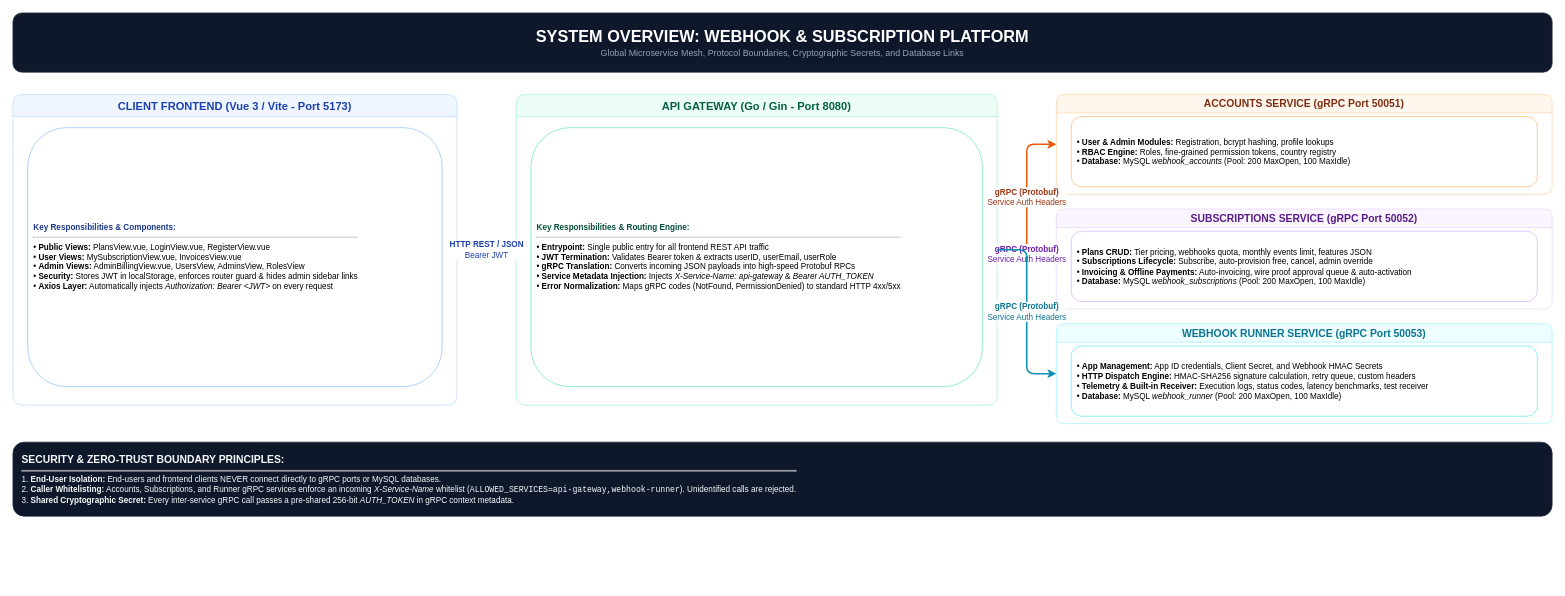
Earlier version of the draw.io diagram page "1. System Overview & Mesh" (1 of 9) of architecture_diagram.drawio (Ahmedfargh/webhook-runner). Source tidied: cells renumbered, new cells numbered last; positions are measured from the earlier drawing's top-left corner, leaving out a move shared by most shapes. Both pictures are drawn from the tidied source at 74%, with x=0, y=0 at pixel (13, 13).
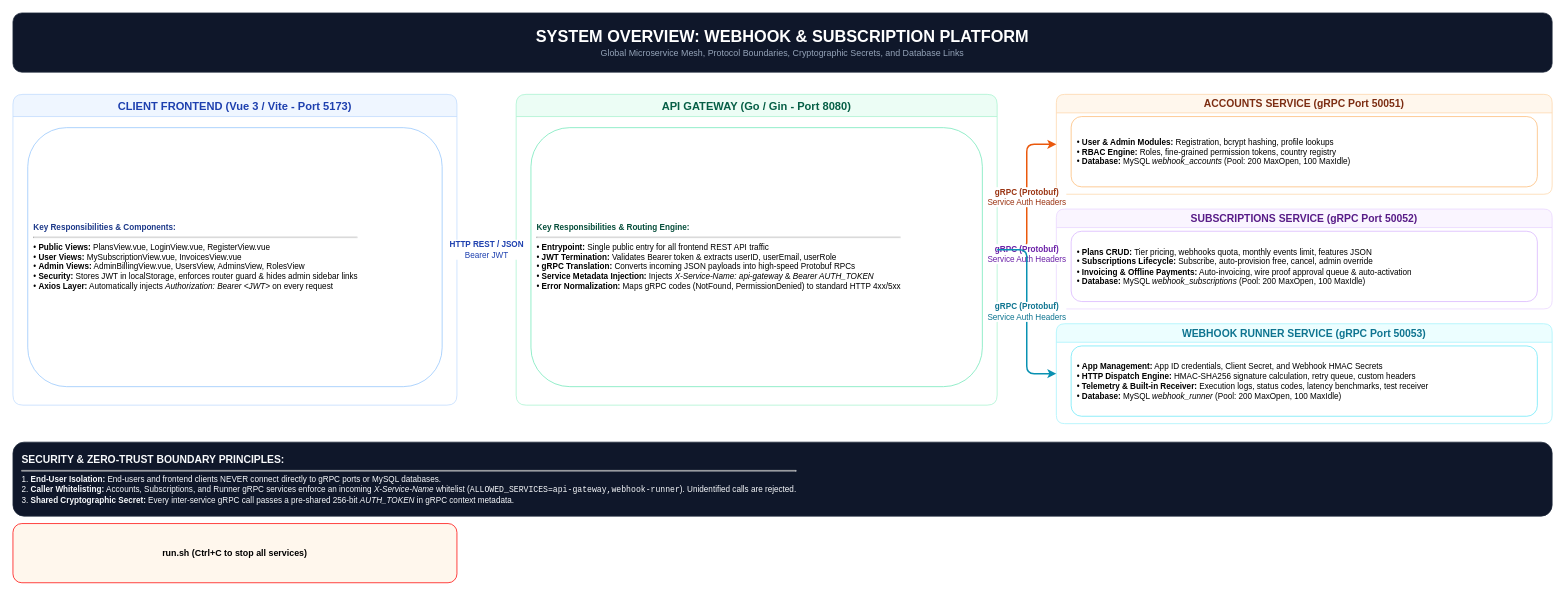
The same diagram, later.

What changed in the source:
```diff
@@
 <mxGraphModel>
   <root>
     <mxCell id="0" />
     <mxCell id="1" parent="0" />
     <mxCell id="2" value="&lt;b style='font-size:22px; color:#ffffff;'&gt;SYSTEM OVERVIEW: WEBHOOK &amp;amp; SUBSCRIPTION PLATFORM&lt;/b&gt;&lt;br/&gt;&lt;span style='font-size:12px; color:#94a3b8;'&gt;Global Microservice Mesh, Protocol Boundaries, Cryptographic Secrets, and Database Links&lt;/span&gt;" style="rounded=1;whiteSpace=wrap;html=1;fillColor=#0f172a;strokeColor=#1e293b;align=center;" parent="1" vertex="1">
       <mxGeometry width="2080" height="80" as="geometry" />
     </mxCell>
     <mxCell id="3" value="&lt;b style='font-size:15px; color:#1e40af;'&gt;CLIENT FRONTEND (Vue 3 / Vite - Port 5173)&lt;/b&gt;" style="swimlane;whiteSpace=wrap;html=1;fillColor=#eff6ff;strokeColor=#bfdbfe;rounded=1;startSize=30;" parent="1" vertex="1">
       <mxGeometry y="110" width="600" height="420" as="geometry" />
     </mxCell>
     <mxCell id="4" value="&lt;b style='color:#1e3a8a;'&gt;Key Responsibilities &amp;amp; Components:&lt;/b&gt;&lt;hr/&gt;• &lt;b&gt;Public Views:&lt;/b&gt; PlansView.vue, LoginView.vue, RegisterView.vue&lt;br/&gt;• &lt;b&gt;User Views:&lt;/b&gt; MySubscriptionView.vue, InvoicesView.vue&lt;br/&gt;• &lt;b&gt;Admin Views:&lt;/b&gt; AdminBillingView.vue, UsersView, AdminsView, RolesView&lt;br/&gt;• &lt;b&gt;Security:&lt;/b&gt; Stores JWT in localStorage, enforces router guard &amp;amp; hides admin sidebar links&lt;br/&gt;• &lt;b&gt;Axios Layer:&lt;/b&gt; Automatically injects &lt;i&gt;Authorization: Bearer &amp;lt;JWT&amp;gt;&lt;/i&gt; on every request" style="rounded=1;whiteSpace=wrap;html=1;fillColor=#ffffff;strokeColor=#93c5fd;align=left;spacing=8;fontSize=11;" parent="3" vertex="1">
       <mxGeometry x="20" y="45" width="560" height="350" as="geometry" />
     </mxCell>
     <mxCell id="5" value="&lt;b style='font-size:15px; color:#065f46;'&gt;API GATEWAY (Go / Gin - Port 8080)&lt;/b&gt;" style="swimlane;whiteSpace=wrap;html=1;fillColor=#ecfdf5;strokeColor=#a7f3d0;rounded=1;startSize=30;" parent="1" vertex="1">
       <mxGeometry x="680" y="110" width="650" height="420" as="geometry" />
     </mxCell>
     <mxCell id="6" value="&lt;b style='color:#064e3b;'&gt;Key Responsibilities &amp;amp; Routing Engine:&lt;/b&gt;&lt;hr/&gt;• &lt;b&gt;Entrypoint:&lt;/b&gt; Single public entry for all frontend REST API traffic&lt;br/&gt;• &lt;b&gt;JWT Termination:&lt;/b&gt; Validates Bearer token &amp;amp; extracts userID, userEmail, userRole&lt;br/&gt;• &lt;b&gt;gRPC Translation:&lt;/b&gt; Converts incoming JSON payloads into high-speed Protobuf RPCs&lt;br/&gt;• &lt;b&gt;Service Metadata Injection:&lt;/b&gt; Injects &lt;i&gt;X-Service-Name: api-gateway&lt;/i&gt; &amp;amp; &lt;i&gt;Bearer AUTH_TOKEN&lt;/i&gt;&lt;br/&gt;• &lt;b&gt;Error Normalization:&lt;/b&gt; Maps gRPC codes (NotFound, PermissionDenied) to standard HTTP 4xx/5xx" style="rounded=1;whiteSpace=wrap;html=1;fillColor=#ffffff;strokeColor=#6ee7b7;align=left;spacing=8;fontSize=11;" parent="5" vertex="1">
       <mxGeometry x="20" y="45" width="610" height="350" as="geometry" />
     </mxCell>
     <mxCell id="7" value="&lt;b style='font-size:14px; color:#7c2d12;'&gt;ACCOUNTS SERVICE (gRPC Port 50051)&lt;/b&gt;" style="swimlane;whiteSpace=wrap;html=1;fillColor=#fff7ed;strokeColor=#fed7aa;rounded=1;startSize=25;" parent="1" vertex="1">
       <mxGeometry x="1410" y="110" width="670" height="135" as="geometry" />
     </mxCell>
     <mxCell id="8" value="• &lt;b&gt;User &amp;amp; Admin Modules:&lt;/b&gt; Registration, bcrypt hashing, profile lookups&lt;br/&gt;• &lt;b&gt;RBAC Engine:&lt;/b&gt; Roles, fine-grained permission tokens, country registry&lt;br/&gt;• &lt;b&gt;Database:&lt;/b&gt; MySQL &lt;i&gt;webhook_accounts&lt;/i&gt; (Pool: 200 MaxOpen, 100 MaxIdle)" style="rounded=1;whiteSpace=wrap;html=1;fillColor=#ffffff;strokeColor=#fdba74;align=left;spacing=8;fontSize=11;" parent="7" vertex="1">
       <mxGeometry x="20" y="30" width="630" height="95" as="geometry" />
     </mxCell>
     <mxCell id="9" value="&lt;b style='font-size:14px; color:#581c87;'&gt;SUBSCRIPTIONS SERVICE (gRPC Port 50052)&lt;/b&gt;" style="swimlane;whiteSpace=wrap;html=1;fillColor=#faf5ff;strokeColor=#e9d5ff;rounded=1;startSize=25;" parent="1" vertex="1">
       <mxGeometry x="1410" y="265" width="670" height="135" as="geometry" />
     </mxCell>
     <mxCell id="10" value="• &lt;b&gt;Plans CRUD:&lt;/b&gt; Tier pricing, webhooks quota, monthly events limit, features JSON&lt;br/&gt;• &lt;b&gt;Subscriptions Lifecycle:&lt;/b&gt; Subscribe, auto-provision free, cancel, admin override&lt;br/&gt;• &lt;b&gt;Invoicing &amp;amp; Offline Payments:&lt;/b&gt; Auto-invoicing, wire proof approval queue &amp;amp; auto-activation&lt;br/&gt;• &lt;b&gt;Database:&lt;/b&gt; MySQL &lt;i&gt;webhook_subscriptions&lt;/i&gt; (Pool: 200 MaxOpen, 100 MaxIdle)" style="rounded=1;whiteSpace=wrap;html=1;fillColor=#ffffff;strokeColor=#d8b4fe;align=left;spacing=8;fontSize=11;" parent="9" vertex="1">
       <mxGeometry x="20" y="30" width="630" height="95" as="geometry" />
     </mxCell>
     <mxCell id="11" value="&lt;b style='font-size:14px; color:#0e7490;'&gt;WEBHOOK RUNNER SERVICE (gRPC Port 50053)&lt;/b&gt;" style="swimlane;whiteSpace=wrap;html=1;fillColor=#ecfeff;strokeColor=#a5f3fc;rounded=1;startSize=25;" parent="1" vertex="1">
       <mxGeometry x="1410" y="420" width="670" height="135" as="geometry" />
     </mxCell>
     <mxCell id="12" value="• &lt;b&gt;App Management:&lt;/b&gt; App ID credentials, Client Secret, and Webhook HMAC Secrets&lt;br/&gt;• &lt;b&gt;HTTP Dispatch Engine:&lt;/b&gt; HMAC-SHA256 signature calculation, retry queue, custom headers&lt;br/&gt;• &lt;b&gt;Telemetry &amp;amp; Built-in Receiver:&lt;/b&gt; Execution logs, status codes, latency benchmarks, test receiver&lt;br/&gt;• &lt;b&gt;Database:&lt;/b&gt; MySQL &lt;i&gt;webhook_runner&lt;/i&gt; (Pool: 200 MaxOpen, 100 MaxIdle)" style="rounded=1;whiteSpace=wrap;html=1;fillColor=#ffffff;strokeColor=#67e8f9;align=left;spacing=8;fontSize=11;" parent="11" vertex="1">
       <mxGeometry x="20" y="30" width="630" height="95" as="geometry" />
     </mxCell>
     <mxCell id="13" value="&lt;b&gt;HTTP REST / JSON&lt;/b&gt;&lt;br/&gt;Bearer JWT" style="edgeStyle=orthogonalEdgeStyle;rounded=1;html=1;strokeColor=#2563eb;strokeWidth=2;fontColor=#1e40af;" parent="1" edge="1" source="3" target="5">
       <mxGeometry relative="1" as="geometry" />
     </mxCell>
     <mxCell id="14" value="&lt;b&gt;gRPC (Protobuf)&lt;/b&gt;&lt;br/&gt;Service Auth Headers" style="edgeStyle=orthogonalEdgeStyle;rounded=1;html=1;strokeColor=#ea580c;strokeWidth=2;fontColor=#9a3412;" parent="1" edge="1" source="5" target="7">
       <mxGeometry relative="1" as="geometry" />
     </mxCell>
     <mxCell id="15" value="&lt;b&gt;gRPC (Protobuf)&lt;/b&gt;&lt;br/&gt;Service Auth Headers" style="edgeStyle=orthogonalEdgeStyle;rounded=1;html=1;strokeColor=#7e22ce;strokeWidth=2;fontColor=#6b21a8;" parent="1" edge="1" source="5" target="9">
       <mxGeometry relative="1" as="geometry" />
     </mxCell>
     <mxCell id="16" value="&lt;b&gt;gRPC (Protobuf)&lt;/b&gt;&lt;br/&gt;Service Auth Headers" style="edgeStyle=orthogonalEdgeStyle;rounded=1;html=1;strokeColor=#0891b2;strokeWidth=2;fontColor=#0e7490;" parent="1" edge="1" source="5" target="11">
       <mxGeometry relative="1" as="geometry" />
     </mxCell>
     <mxCell id="17" value="&lt;b style='font-size:14px;'&gt;SECURITY &amp;amp; ZERO-TRUST BOUNDARY PRINCIPLES:&lt;/b&gt;&lt;hr/&gt;1. &lt;b&gt;End-User Isolation:&lt;/b&gt; End-users and frontend clients NEVER connect directly to gRPC ports or MySQL databases.&lt;br/&gt;2. &lt;b&gt;Caller Whitelisting:&lt;/b&gt; Accounts, Subscriptions, and Runner gRPC services enforce an incoming &lt;i&gt;X-Service-Name&lt;/i&gt; whitelist (&lt;code&gt;ALLOWED_SERVICES=api-gateway,webhook-runner&lt;/code&gt;). Unidentified calls are rejected.&lt;br/&gt;3. &lt;b&gt;Shared Cryptographic Secret:&lt;/b&gt; Every inter-service gRPC call passes a pre-shared 256-bit &lt;i&gt;AUTH_TOKEN&lt;/i&gt; in gRPC context metadata." style="rounded=1;whiteSpace=wrap;html=1;fillColor=#0f172a;strokeColor=#1e293b;align=left;spacing=12;fontSize=11;fontColor=#f8fafc;" parent="1" vertex="1">
       <mxGeometry y="580" width="2080" height="100" as="geometry" />
     </mxCell>
+    <mxCell id="18" value="&lt;b&gt;run.sh (Ctrl+C to stop all services)&lt;/b&gt;" style="rounded=1;whiteSpace=wrap;html=1;fillColor=#fff7ed;strokeColor=#ff0000;align=center;" parent="1" vertex="1">
+      <mxGeometry y="690" width="600" height="80" as="geometry" />
+    </mxCell>
   </root>
 </mxGraphModel>
```
